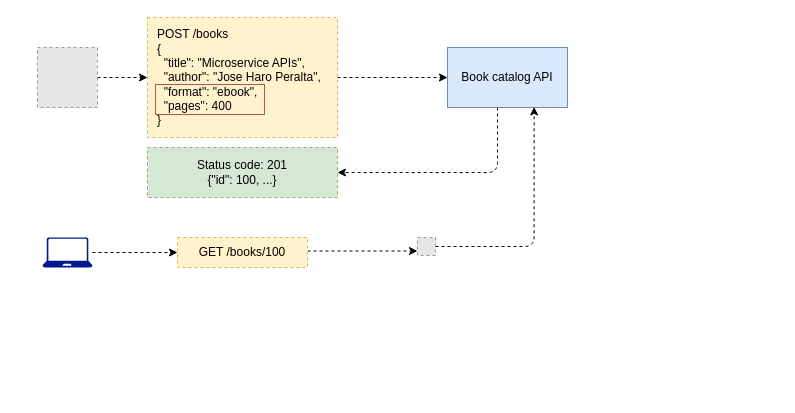
Earlier version of the draw.io diagram page "6.10" (10 of 16) of ch06.drawio (abunuwas/api-sec-book-imgs). Source tidied: cells renumbered, new cells numbered last; positions are measured from the earlier drawing's top-left corner, leaving out a move shared by most shapes. Both pictures are drawn from the tidied source at 100%, with x=0, y=0 at pixel (37, 17). Pictures stored in the file or linked from it are replaced by grey dashed boxes.
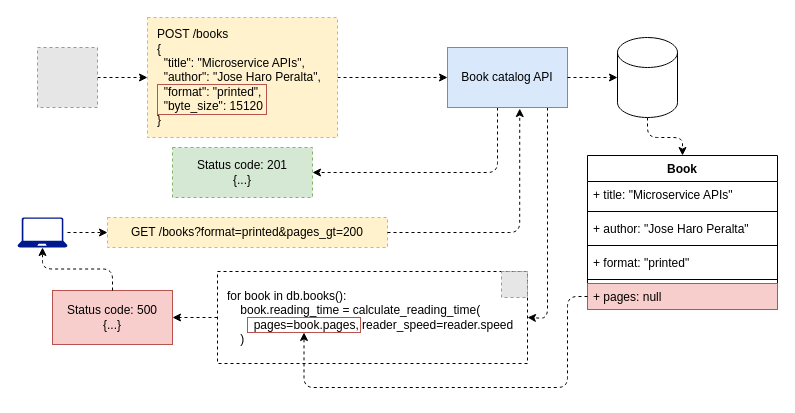
Above is the later version.

The change refers to these unchanged cells:
```xml
<mxCell id="7" value="Book catalog API" style="rounded=0;whiteSpace=wrap;html=1;fillColor=#dae8fc;strokeColor=#6c8ebf;" parent="1" vertex="1">
  <mxGeometry x="410" y="30" width="120" height="60" as="geometry" />
</mxCell>
```

What changed in the source:
```diff
@@
-    <mxCell id="5" value="POST /books&lt;div&gt;{&lt;/div&gt;&lt;div&gt;&amp;nbsp; &quot;title&quot;: &quot;Microservice APIs&quot;,&lt;/div&gt;&lt;div&gt;&amp;nbsp; &quot;author&quot;: &quot;Jose Haro Peralta&quot;,&lt;/div&gt;&lt;div&gt;&amp;nbsp; &quot;format&quot;: &quot;ebook&quot;,&lt;/div&gt;&lt;div&gt;&amp;nbsp; &quot;pages&quot;: 400&lt;/div&gt;&lt;div&gt;}&lt;/div&gt;" style="text;html=1;align=left;verticalAlign=middle;whiteSpace=wrap;rounded=0;strokeColor=#d6b656;dashed=1;spacing=10;fillColor=#fff2cc;" parent="1" vertex="1">
+    <mxCell id="5" value="POST /books&lt;div&gt;{&lt;/div&gt;&lt;div&gt;&amp;nbsp; &quot;title&quot;: &quot;Microservice APIs&quot;,&lt;/div&gt;&lt;div&gt;&amp;nbsp; &quot;author&quot;: &quot;Jose Haro Peralta&quot;,&lt;/div&gt;&lt;div&gt;&amp;nbsp; &quot;format&quot;: &quot;printed&quot;,&lt;/div&gt;&lt;div&gt;&amp;nbsp; &quot;byte_size&quot;:&amp;nbsp;&lt;span style=&quot;background-color: transparent;&quot;&gt;15120&lt;/span&gt;&lt;/div&gt;&lt;div&gt;}&lt;/div&gt;" style="text;html=1;align=left;verticalAlign=middle;whiteSpace=wrap;rounded=0;strokeColor=#d6b656;dashed=1;spacing=10;fillColor=#fff2cc;" parent="1" vertex="1">
       <mxGeometry x="110" width="190" height="120" as="geometry" />
     </mxCell>
@@
+    <mxCell id="16" style="edgeStyle=orthogonalEdgeStyle;rounded=1;jettySize=auto;html=1;entryX=1;entryY=0.5;entryDx=0;entryDy=0;curved=0;dashed=1;" parent="1" edge="1" source="7" target="19">
+      <mxGeometry relative="1" as="geometry">
+        <Array as="points">
+          <mxPoint x="510" y="301" />
+        </Array>
+      </mxGeometry>
+    </mxCell>
@@
     <mxCell id="8" style="text;html=1;align=center;verticalAlign=middle;whiteSpace=wrap;rounded=0;strokeColor=#b85450;fillColor=none;" parent="1" vertex="1">
-      <mxGeometry x="118" y="67" width="109" height="30" as="geometry" />
+      <mxGeometry x="120" y="67" width="109" height="30" as="geometry" />
     </mxCell>
@@
     <mxCell id="10" style="sketch=0;shadow=0;dashed=0;html=1;strokeColor=none;labelPosition=center;verticalLabelPosition=bottom;verticalAlign=top;align=center;fillColor=#00188D;shape=mxgraph.azure.laptop;" parent="1" vertex="1">
-      <mxGeometry x="5" y="220" width="50" height="30" as="geometry" />
+      <mxGeometry x="-20" y="200" width="50" height="30" as="geometry" />
     </mxCell>
-    <mxCell id="11" value="Status code: 201&lt;div&gt;{&quot;id&quot;: 100, ...}&lt;/div&gt;" style="text;html=1;align=center;verticalAlign=middle;whiteSpace=wrap;rounded=0;strokeColor=#82b366;dashed=1;spacing=10;fillColor=#d5e8d4;" parent="1" vertex="1">
-      <mxGeometry x="110" y="130" width="190" height="50" as="geometry" />
+    <mxCell id="11" value="Status code: 201&lt;div&gt;{...}&lt;/div&gt;" style="text;html=1;align=center;verticalAlign=middle;whiteSpace=wrap;rounded=0;strokeColor=#82b366;dashed=1;spacing=10;fillColor=#d5e8d4;" parent="1" vertex="1">
+      <mxGeometry x="135" y="130" width="140" height="50" as="geometry" />
     </mxCell>
-    <mxCell id="12" style="edgeStyle=orthogonalEdgeStyle;rounded=1;jettySize=auto;html=1;entryX=0;entryY=0.75;entryDx=0;entryDy=0;curved=0;dashed=1;" parent="1" edge="1" source="13" target="15">
-      <mxGeometry relative="1" as="geometry">
-        <Array as="points">
-          <mxPoint x="325" y="233" />
-        </Array>
-      </mxGeometry>
-    </mxCell>
-    <mxCell id="13" value="GET /books/100" style="text;html=1;align=center;verticalAlign=middle;whiteSpace=wrap;rounded=0;strokeColor=#d6b656;dashed=1;spacing=10;fillColor=#fff2cc;" parent="1" vertex="1">
-      <mxGeometry x="140" y="220" width="130" height="30" as="geometry" />
+    <mxCell id="13" value="GET /books?format=printed&amp;amp;pages_gt=200" style="text;html=1;align=center;verticalAlign=middle;whiteSpace=wrap;rounded=0;strokeColor=#d6b656;dashed=1;spacing=10;fillColor=#fff2cc;" parent="1" vertex="1">
+      <mxGeometry x="70" y="200" width="280" height="30" as="geometry" />
     </mxCell>
-    <mxCell id="14" style="edgeStyle=orthogonalEdgeStyle;rounded=1;jettySize=auto;html=1;entryX=0.722;entryY=0.991;entryDx=0;entryDy=0;entryPerimeter=0;curved=0;dashed=1;" parent="1" edge="1" source="15" target="7">
-      <mxGeometry relative="1" as="geometry" />
-    </mxCell>
-    <mxCell id="15" style="fillColor=#E6E6E6;strokeColor=#999999;dashed=1;html=1;verticalAlign=top;verticalLabelPosition=bottom;labelBackgroundColor=#ffffff;" parent="1" vertex="1">
-      <mxGeometry x="380" y="220" width="18" height="18" as="geometry" />
-    </mxCell>
+    <mxCell id="17" style="edgeStyle=orthogonalEdgeStyle;rounded=1;jettySize=auto;html=1;entryX=0.602;entryY=1.018;entryDx=0;entryDy=0;entryPerimeter=0;curved=0;dashed=1;" parent="1" edge="1" source="13" target="7">
+      <mxGeometry relative="1" as="geometry" />
+    </mxCell>
+    <mxCell id="18" style="edgeStyle=orthogonalEdgeStyle;rounded=1;jettySize=auto;html=1;entryX=1;entryY=0.5;entryDx=0;entryDy=0;curved=0;dashed=1;" parent="1" edge="1" source="19" target="34">
+      <mxGeometry relative="1" as="geometry" />
+    </mxCell>
+    <mxCell id="19" value="&lt;div&gt;&lt;span style=&quot;background-color: transparent; color: light-dark(rgb(0, 0, 0), rgb(255, 255, 255));&quot;&gt;for book in db.books():&lt;/span&gt;&lt;/div&gt;&lt;div&gt;&amp;nbsp; &amp;nbsp; book.reading_time = calculate_reading_time(&lt;/div&gt;&lt;div&gt;&amp;nbsp; &amp;nbsp; &amp;nbsp; &amp;nbsp; pages=book.pages, reader_speed=reader.speed&lt;/div&gt;&lt;div&gt;&amp;nbsp; &amp;nbsp; )&lt;/div&gt;" style="text;html=1;align=left;verticalAlign=middle;whiteSpace=wrap;rounded=0;spacing=10;strokeColor=default;dashed=1;" parent="1" vertex="1">
+      <mxGeometry x="180" y="254" width="310" height="92" as="geometry" />
+    </mxCell>
+    <mxCell id="20" style="edgeStyle=orthogonalEdgeStyle;rounded=1;jettySize=auto;html=1;entryX=0.5;entryY=0;entryDx=0;entryDy=0;curved=0;dashed=1;" parent="1" edge="1" source="21" target="22">
+      <mxGeometry relative="1" as="geometry" />
+    </mxCell>
+    <mxCell id="21" style="shape=cylinder3;whiteSpace=wrap;html=1;boundedLbl=1;backgroundOutline=1;size=15;" parent="1" vertex="1">
+      <mxGeometry x="580" y="20" width="60" height="80" as="geometry" />
+    </mxCell>
+    <mxCell id="22" value="Book" style="swimlane;fontStyle=1;align=center;verticalAlign=top;horizontal=1;startSize=26;whiteSpace=wrap;html=1;" parent="1" vertex="1">
+      <mxGeometry x="550" y="138" width="190" height="154" as="geometry" />
+    </mxCell>
+    <mxCell id="23" value="+ title: &quot;Microservice APIs&quot;" style="text;strokeColor=none;fillColor=none;align=left;verticalAlign=top;spacingLeft=4;spacingRight=4;overflow=hidden;whiteSpace=wrap;html=1;" parent="22" vertex="1">
+      <mxGeometry y="26" width="190" height="26" as="geometry" />
+    </mxCell>
+    <mxCell id="24" style="line;strokeWidth=1;fillColor=none;align=left;verticalAlign=middle;spacingTop=-1;spacingLeft=3;spacingRight=3;labelPosition=right;strokeColor=inherit;" parent="22" vertex="1">
+      <mxGeometry y="52" width="190" height="8" as="geometry" />
+    </mxCell>
+    <mxCell id="25" value="+ author: &quot;Jose Haro Peralta&quot;" style="text;strokeColor=none;fillColor=none;align=left;verticalAlign=top;spacingLeft=4;spacingRight=4;overflow=hidden;whiteSpace=wrap;html=1;" parent="22" vertex="1">
+      <mxGeometry y="60" width="190" height="26" as="geometry" />
+    </mxCell>
+    <mxCell id="26" style="line;strokeWidth=1;fillColor=none;align=left;verticalAlign=middle;spacingTop=-1;spacingLeft=3;spacingRight=3;labelPosition=right;strokeColor=inherit;" parent="22" vertex="1">
+      <mxGeometry y="86" width="190" height="8" as="geometry" />
+    </mxCell>
+    <mxCell id="27" value="+ format: &quot;printed&quot;" style="text;strokeColor=none;fillColor=none;align=left;verticalAlign=top;spacingLeft=4;spacingRight=4;overflow=hidden;whiteSpace=wrap;html=1;" parent="22" vertex="1">
+      <mxGeometry y="94" width="190" height="26" as="geometry" />
+    </mxCell>
+    <mxCell id="28" style="line;strokeWidth=1;fillColor=none;align=left;verticalAlign=middle;spacingTop=-1;spacingLeft=3;spacingRight=3;labelPosition=right;strokeColor=inherit;" parent="22" vertex="1">
+      <mxGeometry y="120" width="190" height="8" as="geometry" />
+    </mxCell>
+    <mxCell id="29" value="+ pages: null" style="text;strokeColor=#b85450;fillColor=#f8cecc;align=left;verticalAlign=top;spacingLeft=4;spacingRight=4;overflow=hidden;points=[[0,0.5],[1,0.5]];portConstraint=eastwest;whiteSpace=wrap;html=1;" parent="22" vertex="1">
+      <mxGeometry y="128" width="190" height="26" as="geometry" />
+    </mxCell>
+    <mxCell id="30" style="text;html=1;align=center;verticalAlign=middle;whiteSpace=wrap;rounded=0;strokeColor=#b85450;fillColor=none;strokeWidth=1;" parent="1" vertex="1">
+      <mxGeometry x="210" y="300" width="113" height="15" as="geometry" />
+    </mxCell>
+    <mxCell id="31" style="edgeStyle=orthogonalEdgeStyle;rounded=1;jettySize=auto;html=1;entryX=0;entryY=0.5;entryDx=0;entryDy=0;entryPerimeter=0;curved=0;dashed=1;" parent="1" edge="1" source="7" target="21">
+      <mxGeometry relative="1" as="geometry" />
+    </mxCell>
+    <mxCell id="32" style="edgeStyle=orthogonalEdgeStyle;rounded=1;jettySize=auto;html=1;entryX=0.5;entryY=1;entryDx=0;entryDy=0;curved=0;dashed=1;" parent="1" edge="1" source="29" target="30">
+      <mxGeometry relative="1" as="geometry">
+        <Array as="points">
+          <mxPoint x="530" y="279" />
+          <mxPoint x="530" y="370" />
+          <mxPoint x="266" y="370" />
+        </Array>
+      </mxGeometry>
+    </mxCell>
+    <mxCell id="33" style="fillColor=#E6E6E6;strokeColor=#999999;dashed=1;html=1;verticalAlign=top;verticalLabelPosition=bottom;labelBackgroundColor=#ffffff;" parent="1" vertex="1">
+      <mxGeometry x="464" y="254" width="26" height="26" as="geometry" />
+    </mxCell>
+    <mxCell id="34" value="Status code: 500&lt;div&gt;{...}&lt;/div&gt;" style="text;html=1;align=center;verticalAlign=middle;whiteSpace=wrap;rounded=0;fillColor=#f8cecc;strokeColor=#b85450;" parent="1" vertex="1">
+      <mxGeometry x="15" y="273" width="120" height="54" as="geometry" />
+    </mxCell>
+    <mxCell id="35" style="edgeStyle=orthogonalEdgeStyle;rounded=1;jettySize=auto;html=1;entryX=0.5;entryY=1;entryDx=0;entryDy=0;entryPerimeter=0;curved=0;dashed=1;" parent="1" edge="1" source="34" target="10">
+      <mxGeometry relative="1" as="geometry" />
+    </mxCell>
```
